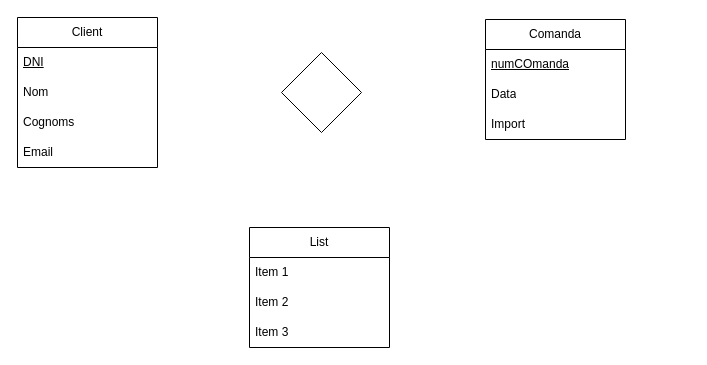
The draw.io diagram 0377-ASGBD (M10)/Untitled Diagram.drawio in gxldnn/edt, before the edit. Source tidied: cells renumbered, new cells numbered last; positions are measured from the earlier drawing's top-left corner, leaving out a move shared by most shapes. Both pictures are drawn from the tidied source at 100%, with x=0, y=0 at pixel (17, 17).
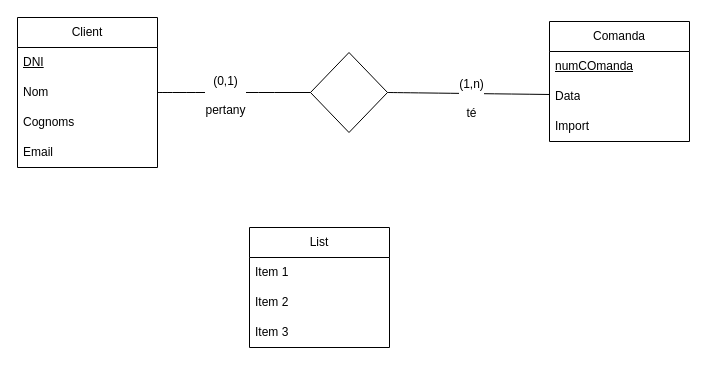
After the change.

What changed in the source:
```diff
@@
 <mxGraphModel>
   <root>
     <mxCell id="0" />
     <mxCell id="1" parent="0" />
     <mxCell id="2" value="Client" style="swimlane;fontStyle=0;horizontal=1;startSize=30;whiteSpace=wrap;html=1;" parent="1" vertex="1">
       <mxGeometry width="140" height="150" as="geometry" />
     </mxCell>
     <mxCell id="3" value="&lt;u&gt;DNI&lt;/u&gt;" style="text;strokeColor=none;fillColor=none;align=left;verticalAlign=middle;spacingLeft=4;spacingRight=4;overflow=hidden;whiteSpace=wrap;html=1;" parent="2" vertex="1">
       <mxGeometry y="30" width="140" height="30" as="geometry" />
     </mxCell>
     <mxCell id="4" value="Nom" style="text;strokeColor=none;fillColor=none;align=left;verticalAlign=middle;spacingLeft=4;spacingRight=4;overflow=hidden;points=[[0,0.5],[1,0.5]];portConstraint=eastwest;whiteSpace=wrap;html=1;" parent="2" vertex="1">
       <mxGeometry y="60" width="140" height="30" as="geometry" />
     </mxCell>
     <mxCell id="5" value="&lt;div&gt;Cognoms&lt;/div&gt;" style="text;strokeColor=none;fillColor=none;align=left;verticalAlign=middle;spacingLeft=4;spacingRight=4;overflow=hidden;whiteSpace=wrap;html=1;" parent="2" vertex="1">
       <mxGeometry y="90" width="140" height="30" as="geometry" />
     </mxCell>
     <mxCell id="6" value="&lt;div&gt;Email&lt;/div&gt;" style="text;strokeColor=none;fillColor=none;align=left;verticalAlign=middle;spacingLeft=4;spacingRight=4;overflow=hidden;whiteSpace=wrap;html=1;" parent="2" vertex="1">
       <mxGeometry y="120" width="140" height="30" as="geometry" />
     </mxCell>
     <mxCell id="7" value="Comanda" style="swimlane;fontStyle=0;horizontal=1;startSize=30;whiteSpace=wrap;html=1;" parent="1" vertex="1">
-      <mxGeometry x="468" y="2" width="140" height="120" as="geometry" />
+      <mxGeometry x="532" y="4" width="140" height="120" as="geometry" />
     </mxCell>
     <mxCell id="8" value="&lt;u&gt;numCOmanda&lt;/u&gt;" style="text;strokeColor=none;fillColor=none;align=left;verticalAlign=middle;spacingLeft=4;spacingRight=4;overflow=hidden;whiteSpace=wrap;html=1;" parent="7" vertex="1">
       <mxGeometry y="30" width="140" height="30" as="geometry" />
     </mxCell>
     <mxCell id="9" value="Data" style="text;strokeColor=none;fillColor=none;align=left;verticalAlign=middle;spacingLeft=4;spacingRight=4;overflow=hidden;points=[[0,0.5],[1,0.5]];portConstraint=eastwest;whiteSpace=wrap;html=1;" parent="7" vertex="1">
       <mxGeometry y="60" width="140" height="30" as="geometry" />
     </mxCell>
     <mxCell id="10" value="Import" style="text;strokeColor=none;fillColor=none;align=left;verticalAlign=middle;spacingLeft=4;spacingRight=4;overflow=hidden;whiteSpace=wrap;html=1;" parent="7" vertex="1">
       <mxGeometry y="90" width="140" height="30" as="geometry" />
     </mxCell>
     <mxCell id="11" value="List" style="swimlane;fontStyle=0;horizontal=1;startSize=30;whiteSpace=wrap;html=1;" parent="1" vertex="1">
       <mxGeometry x="232" y="210" width="140" height="120" as="geometry" />
     </mxCell>
     <mxCell id="12" value="Item 1" style="text;strokeColor=none;fillColor=none;align=left;verticalAlign=middle;spacingLeft=4;spacingRight=4;overflow=hidden;whiteSpace=wrap;html=1;" parent="11" vertex="1">
       <mxGeometry y="30" width="140" height="30" as="geometry" />
     </mxCell>
     <mxCell id="13" value="Item 2" style="text;strokeColor=none;fillColor=none;align=left;verticalAlign=middle;spacingLeft=4;spacingRight=4;overflow=hidden;whiteSpace=wrap;html=1;" parent="11" vertex="1">
       <mxGeometry y="60" width="140" height="30" as="geometry" />
     </mxCell>
     <mxCell id="14" value="Item 3" style="text;strokeColor=none;fillColor=none;align=left;verticalAlign=middle;spacingLeft=4;spacingRight=4;overflow=hidden;whiteSpace=wrap;html=1;" parent="11" vertex="1">
       <mxGeometry y="90" width="140" height="30" as="geometry" />
     </mxCell>
     <mxCell id="15" style="rhombus;whiteSpace=wrap;html=1;" parent="1" vertex="1">
-      <mxGeometry x="264" y="35" width="80" height="80" as="geometry" />
+      <mxGeometry x="293" y="35" width="77" height="80" as="geometry" />
     </mxCell>
+    <mxCell id="16" style="endArrow=none;html=1;rounded=0;fontSize=12;startSize=8;endSize=8;curved=1;entryX=0;entryY=0.5;entryDx=0;entryDy=0;exitX=1;exitY=0.5;exitDx=0;exitDy=0;" parent="1" edge="1" source="4" target="15">
+      <mxGeometry relative="1" as="geometry" />
+    </mxCell>
+    <mxCell id="17" value="&lt;div&gt;(0,1)&lt;/div&gt;&lt;div&gt;&lt;br&gt;&lt;/div&gt;&lt;div&gt;pertany&lt;/div&gt;" style="edgeLabel;html=1;align=center;verticalAlign=middle;fontSize=12;" parent="16" vertex="1">
+      <mxGeometry x="-0.13" y="-2" relative="1" as="geometry" />
+    </mxCell>
+    <mxCell id="18" style="endArrow=none;html=1;rounded=0;fontSize=12;startSize=8;endSize=8;curved=1;entryX=0;entryY=0.433;entryDx=0;entryDy=0;exitX=1;exitY=0.5;exitDx=0;exitDy=0;entryPerimeter=0;" parent="1" edge="1" source="15" target="9">
+      <mxGeometry relative="1" as="geometry" />
+    </mxCell>
+    <mxCell id="19" value="&lt;div&gt;(1,n)&lt;/div&gt;&lt;div&gt;&lt;br&gt;&lt;/div&gt;&lt;div&gt;té&lt;/div&gt;" style="edgeLabel;html=1;align=center;verticalAlign=middle;fontSize=12;" parent="18" vertex="1">
+      <mxGeometry x="0.04" y="-4" relative="1" as="geometry" />
+    </mxCell>
   </root>
 </mxGraphModel>
```
